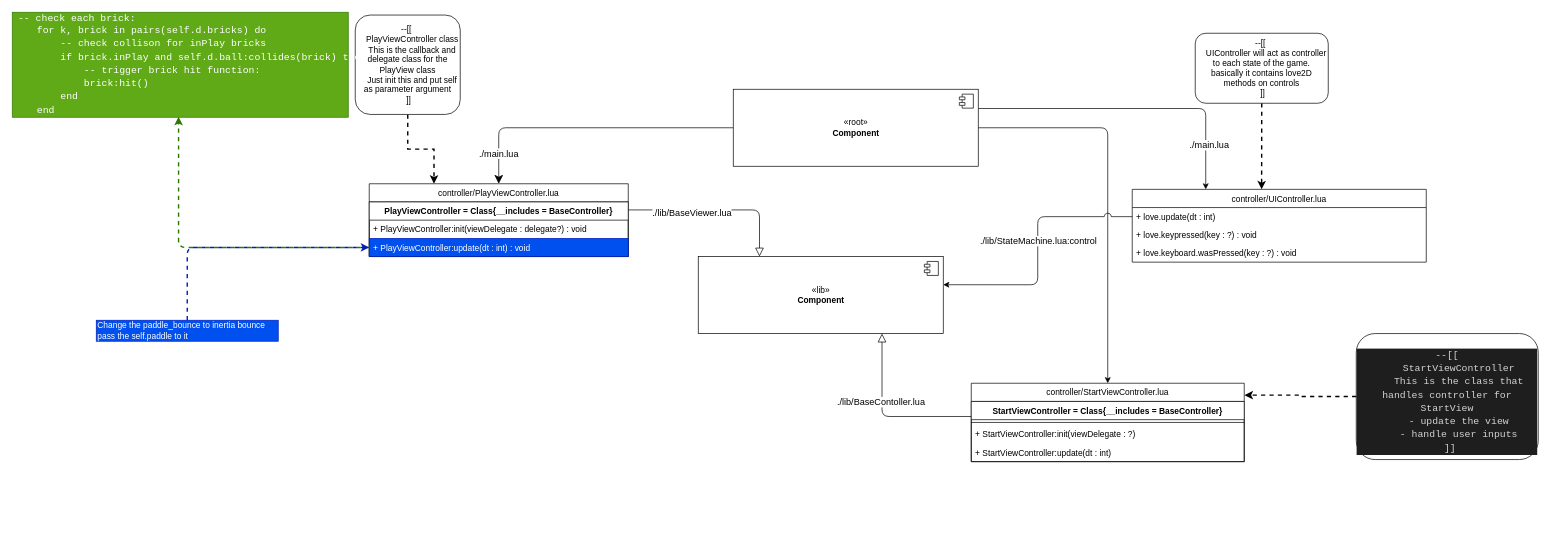
Earlier version of the draw.io diagram page "controller" (5 of 7) of diagram.drawio (m00racle/breakout-love2d). Source tidied: cells renumbered, new cells numbered last; positions are measured from the earlier drawing's top-left corner, leaving out a move shared by most shapes. Both pictures are drawn from the tidied source at 70%, with x=0, y=0 at pixel (12, 12).
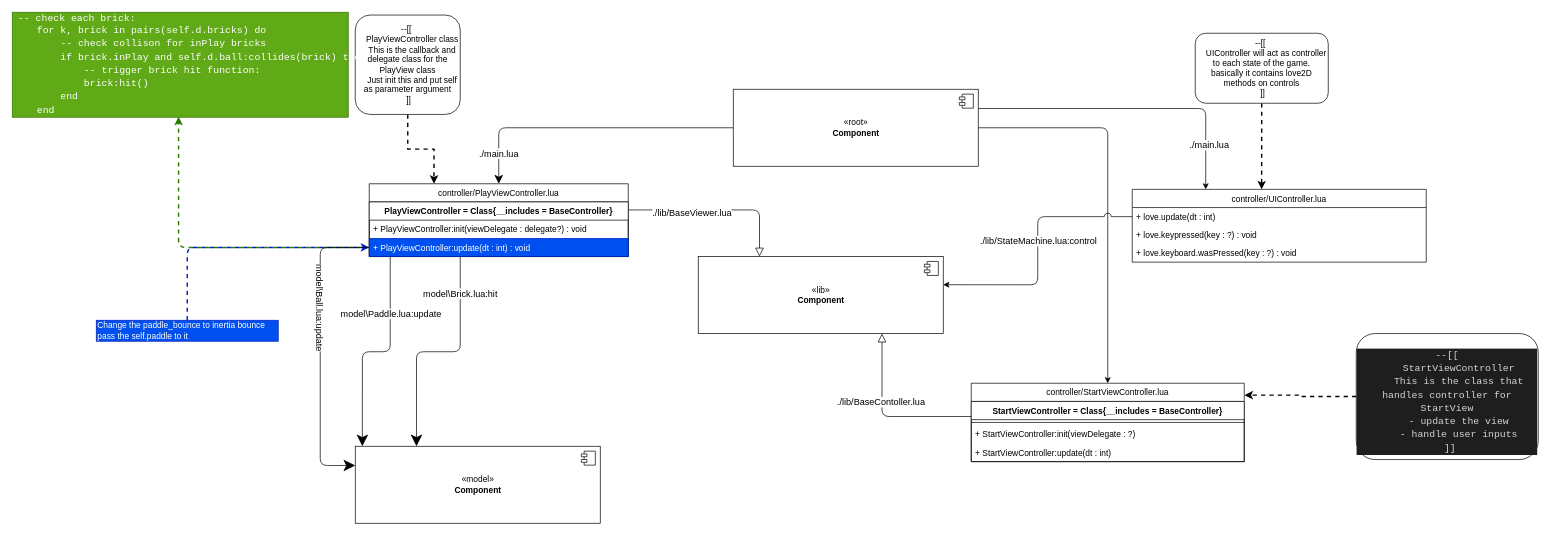
Above is the later version.

Commit message (it also covers changes not shown here):
finishing model and connecting view and controller

The change refers to these unchanged cells:
```xml
<mxCell id="29" value="+ PlayViewController:update(dt : int) : void" style="text;strokeColor=#001DBC;fillColor=#0050ef;align=left;verticalAlign=top;spacingLeft=4;spacingRight=4;overflow=hidden;points=[[0,0.5],[1,0.5]];portConstraint=eastwest;fontColor=#ffffff;" parent="27" vertex="1">
  <mxGeometry y="52" width="370" height="26" as="geometry" />
</mxCell>
```

What changed in the source:
```diff
@@
+    <mxCell id="40" value="«model»&lt;br&gt;&lt;b&gt;Component&lt;/b&gt;" style="html=1;" parent="1" vertex="1">
+      <mxGeometry x="490" y="620" width="350" height="110" as="geometry" />
+    </mxCell>
+    <mxCell id="41" style="shape=module;jettyWidth=8;jettyHeight=4;" parent="40" vertex="1">
+      <mxGeometry x="1" width="20" height="20" relative="1" as="geometry">
+        <mxPoint x="-27" y="7" as="offset" />
+      </mxGeometry>
+    </mxCell>
+    <mxCell id="42" style="edgeStyle=orthogonalEdgeStyle;jumpStyle=arc;jumpSize=10;html=1;entryX=0;entryY=0.25;entryDx=0;entryDy=0;fontSize=13;startArrow=none;startFill=0;endArrow=classic;endFill=1;startSize=14;endSize=14;" parent="1" edge="1" source="29" target="40">
+      <mxGeometry relative="1" as="geometry">
+        <Array as="points">
+          <mxPoint x="440" y="336" />
+          <mxPoint x="440" y="648" />
+        </Array>
+      </mxGeometry>
+    </mxCell>
+    <mxCell id="43" value="model\Ball.lua:update" style="edgeLabel;html=1;align=center;verticalAlign=middle;fontSize=13;rotation=90;" parent="42" vertex="1">
+      <mxGeometry x="-0.45" y="1" relative="1" as="geometry">
+        <mxPoint y="36" as="offset" />
+      </mxGeometry>
+    </mxCell>
+    <mxCell id="44" style="edgeStyle=orthogonalEdgeStyle;jumpStyle=arc;jumpSize=10;html=1;entryX=0.029;entryY=0;entryDx=0;entryDy=0;entryPerimeter=0;fontSize=13;startArrow=none;startFill=0;endArrow=classic;endFill=1;startSize=14;endSize=14;" parent="1" edge="1" source="29" target="40">
+      <mxGeometry relative="1" as="geometry">
+        <Array as="points">
+          <mxPoint x="540" y="485" />
+          <mxPoint x="500" y="485" />
+        </Array>
+      </mxGeometry>
+    </mxCell>
+    <mxCell id="45" value="model\Paddle.lua:update" style="edgeLabel;html=1;align=center;verticalAlign=middle;fontSize=13;rotation=0;" parent="44" vertex="1">
+      <mxGeometry x="-0.81" y="-1" relative="1" as="geometry">
+        <mxPoint x="1" y="51" as="offset" />
+      </mxGeometry>
+    </mxCell>
+    <mxCell id="46" style="edgeStyle=orthogonalEdgeStyle;jumpStyle=arc;jumpSize=10;html=1;entryX=0.25;entryY=0;entryDx=0;entryDy=0;fontSize=13;startArrow=none;startFill=0;endArrow=classic;endFill=1;startSize=14;endSize=14;" parent="1" edge="1" source="29" target="40">
+      <mxGeometry relative="1" as="geometry">
+        <Array as="points">
+          <mxPoint x="640" y="485" />
+          <mxPoint x="578" y="485" />
+        </Array>
+      </mxGeometry>
+    </mxCell>
+    <mxCell id="47" value="model\Brick.lua:hit" style="edgeLabel;html=1;align=center;verticalAlign=middle;fontSize=13;" parent="46" vertex="1">
+      <mxGeometry x="-0.69" y="-1" relative="1" as="geometry" />
+    </mxCell>
```
